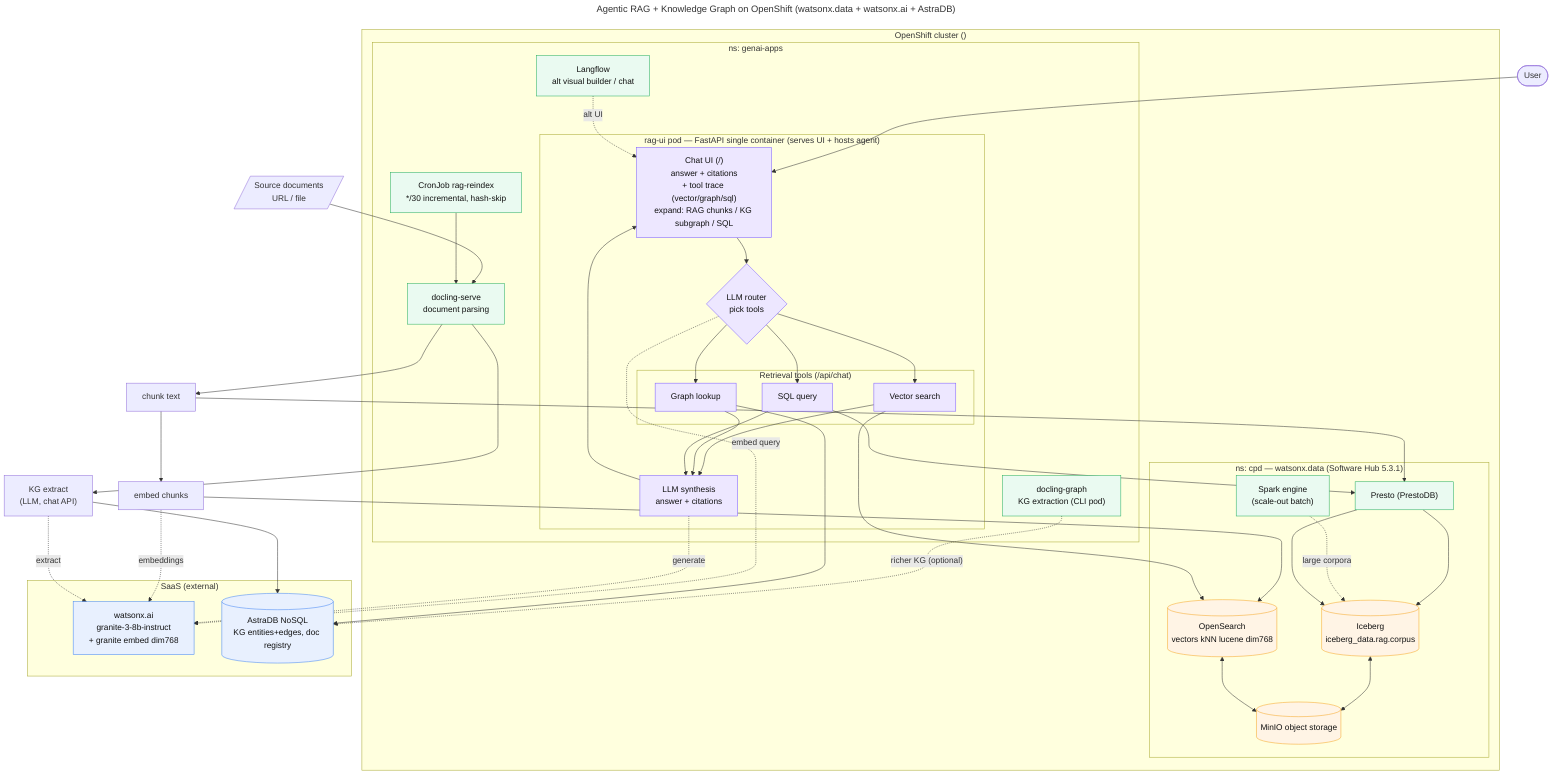
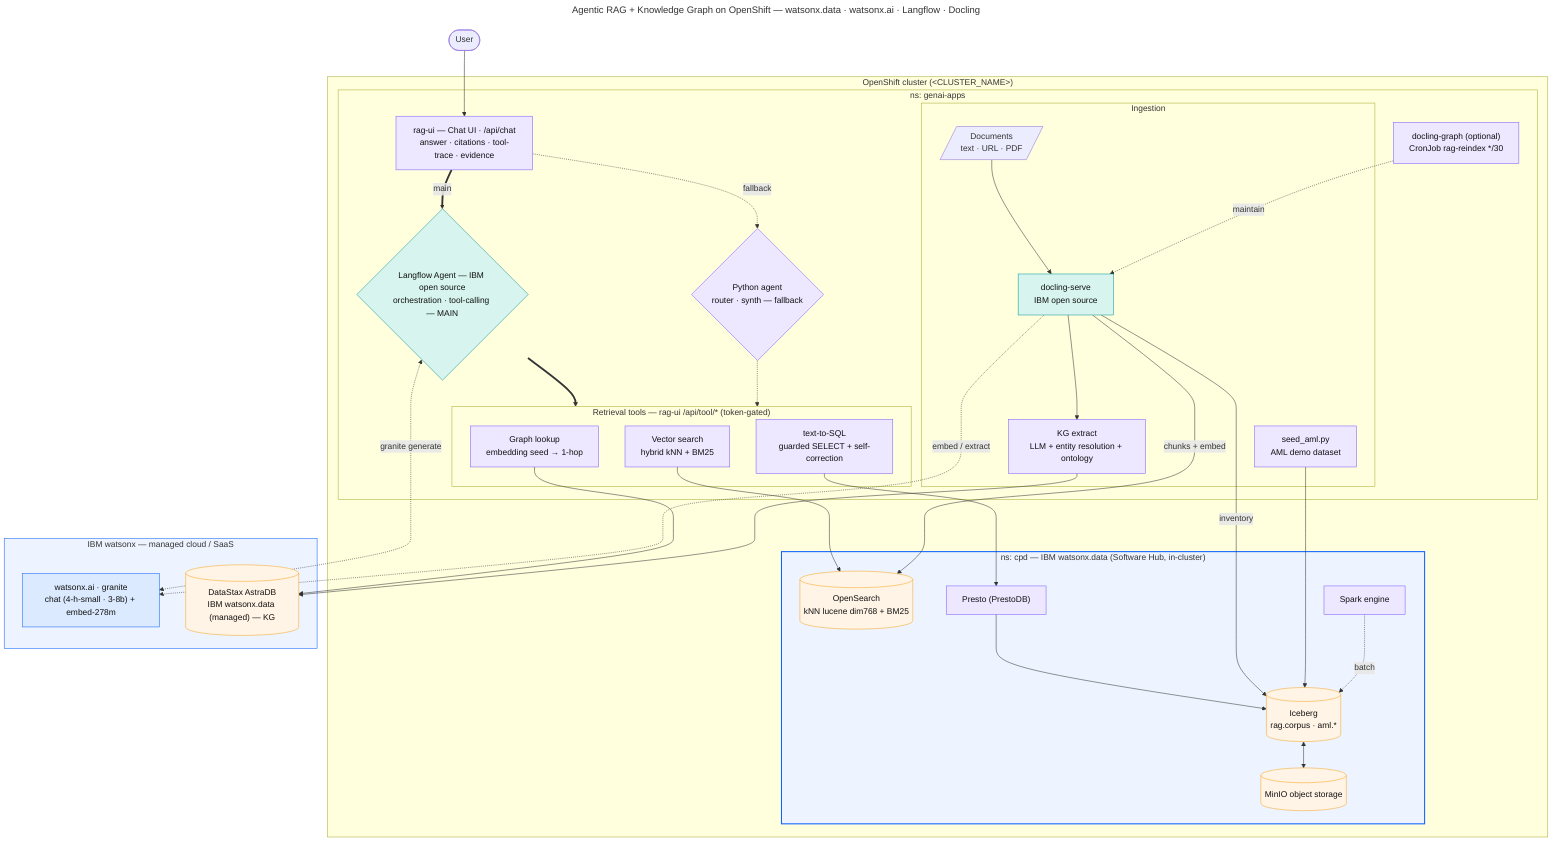
---
- title: Agentic RAG + Knowledge Graph on OpenShift (watsonx.data + watsonx.ai + AstraDB)
+ title: Agentic RAG + Knowledge Graph on OpenShift — watsonx.data · watsonx.ai · Langflow · Docling
---
flowchart TB
  user(["User"])
-   src[/"Source documents<br/>URL / file"/]

-   subgraph OCP["OpenShift cluster (<CLUSTER_NAME>)"]
+   subgraph OCP["OpenShift cluster (&lt;CLUSTER_NAME&gt;)"]
    subgraph GENAI["ns: genai-apps"]
-       subgraph RAGUI["rag-ui pod — FastAPI single container (serves UI + hosts agent)"]
-         chat["Chat UI (/)<br/>answer + citations<br/>+ tool trace (vector/graph/sql)<br/>expand: RAG chunks / KG subgraph / SQL"]
-         router{"LLM router<br/>pick tools"}
-         subgraph TOOLS["Retrieval tools (/api/chat)"]
-           tvec["Vector search"]
-           tkg["Graph lookup"]
-           tsql["SQL query"]
-         end
-         synth["LLM synthesis<br/>answer + citations"]
+       chat["rag-ui — Chat UI · /api/chat<br/>answer · citations · tool-trace · evidence"]
+       langflow{"Langflow Agent — IBM open source<br/>orchestration · tool-calling — MAIN"}
+       pyagent{"Python agent<br/>router · synth — fallback"}
+       subgraph TOOLS["Retrieval tools — rag-ui /api/tool/* (token-gated)"]
+         tvec["Vector search<br/>hybrid kNN + BM25"]
+         tkg["Graph lookup<br/>embedding seed → 1-hop"]
+         tsql["text-to-SQL<br/>guarded SELECT + self-correction"]
      end
-       langflow["Langflow<br/>alt visual builder / chat"]
-       docling["docling-serve<br/>document parsing"]
-       dgraph["docling-graph<br/>KG extraction (CLI pod)"]
-       cron["CronJob rag-reindex<br/>*/30 incremental, hash-skip"]
+       subgraph INGEST["Ingestion"]
+         src[/"Documents<br/>text · URL · PDF"/] --> docling["docling-serve<br/>IBM open source"]
+         kgx["KG extract<br/>LLM + entity resolution + ontology"]
+         seed["seed_aml.py<br/>AML demo dataset"]
+       end
+       ops["docling-graph (optional)<br/>CronJob rag-reindex */30"]
    end
-     subgraph WXD["ns: cpd — watsonx.data (Software Hub 5.3.1)"]
-       os[("OpenSearch<br/>vectors kNN lucene dim768")]
+     subgraph WXD["ns: cpd — IBM watsonx.data (Software Hub, in-cluster)"]
+       os[("OpenSearch<br/>kNN lucene dim768 + BM25")]
+       iceberg[("Iceberg<br/>rag.corpus · aml.*")]
      presto["Presto (PrestoDB)"]
-       spark["Spark engine<br/>(scale-out batch)"]
-       iceberg[("Iceberg<br/>iceberg_data.rag.corpus")]
+       spark["Spark engine"]
      minio[("MinIO object storage")]
    end
  end

-   subgraph SAAS["SaaS (external)"]
-     wxai["watsonx.ai<br/>granite-3-8b-instruct<br/>+ granite embed dim768"]
-     astra[("AstraDB NoSQL<br/>KG entities+edges, doc registry")]
+   subgraph MANAGED["IBM watsonx — managed cloud / SaaS"]
+     wxai["watsonx.ai · granite<br/>chat (4-h-small · 3-8b) + embed-278m"]
+     astra[("DataStax AstraDB<br/>IBM watsonx.data (managed) — KG")]
  end

-   %% ---------- Ingestion (write path) ----------
-   src --> docling
-   docling --> chunk["chunk text"]
-   chunk --> emb["embed chunks"]
-   emb -. embeddings .-> wxai
-   emb --> os
-   docling --> kgx["KG extract<br/>(LLM, chat API)"]
-   kgx -. extract .-> wxai
-   kgx --> astra
-   chunk --> presto
-   presto --> iceberg
+   %% ---- query (read): Chat UI delegates to Langflow, Python agent is the fallback ----
+   user --> chat
+   chat ==>|main| langflow
+   chat -. fallback .-> pyagent
+   langflow ==> TOOLS
+   pyagent -.-> TOOLS
+   tvec --> os
+   tkg --> astra
+   tsql --> presto --> iceberg
+   langflow <-. granite generate .-> wxai
+ 
+   %% ---- ingestion (write) ----
+   docling -->|chunks + embed| os
+   docling --> kgx --> astra
+   docling -->|inventory| iceberg
+   seed --> iceberg
+   docling -. embed / extract .-> wxai
  iceberg <--> minio
-   os <--> minio
-   cron --> docling
-   dgraph -. richer KG (optional) .-> astra
-   spark -. large corpora .-> iceberg
+   spark -. batch .-> iceberg
+   ops -. maintain .-> docling

-   %% ---------- Query (read path) ----------
-   user --> chat --> router
-   router -. embed query .-> wxai
-   router --> tvec --> os
-   router --> tkg --> astra
-   router --> tsql --> presto
-   presto --> iceberg
-   tvec --> synth
-   tkg --> synth
-   tsql --> synth
-   synth -. generate .-> wxai
-   synth --> chat
-   langflow -. alt UI .-> chat
- 
-   classDef saas fill:#e8f0fe,stroke:#4285f4,color:#111
+   classDef ibm fill:#dbeafe,stroke:#0f62fe,color:#111
+   classDef ibmoss fill:#d7f5ee,stroke:#0a9396,color:#111
  classDef store fill:#fff4e5,stroke:#f5a623,color:#111
-   classDef ocp fill:#eafaf1,stroke:#27ae60,color:#111
  classDef app fill:#ede7ff,stroke:#7c5cff,color:#111
-   class wxai,astra saas
-   class os,iceberg,minio store
-   class langflow,docling,dgraph,cron,presto,spark ocp
-   class chat,router,tvec,tkg,tsql,synth app
+   class wxai ibm
+   class langflow,docling ibmoss
+   class os,iceberg,minio,astra store
+   class chat,tvec,tkg,tsql,pyagent,kgx,seed,ops,presto,spark app
+   style WXD fill:#eef4ff,stroke:#0f62fe,stroke-width:2px
+   style MANAGED fill:#eef4ff,stroke:#0f62fe,stroke-width:1px
